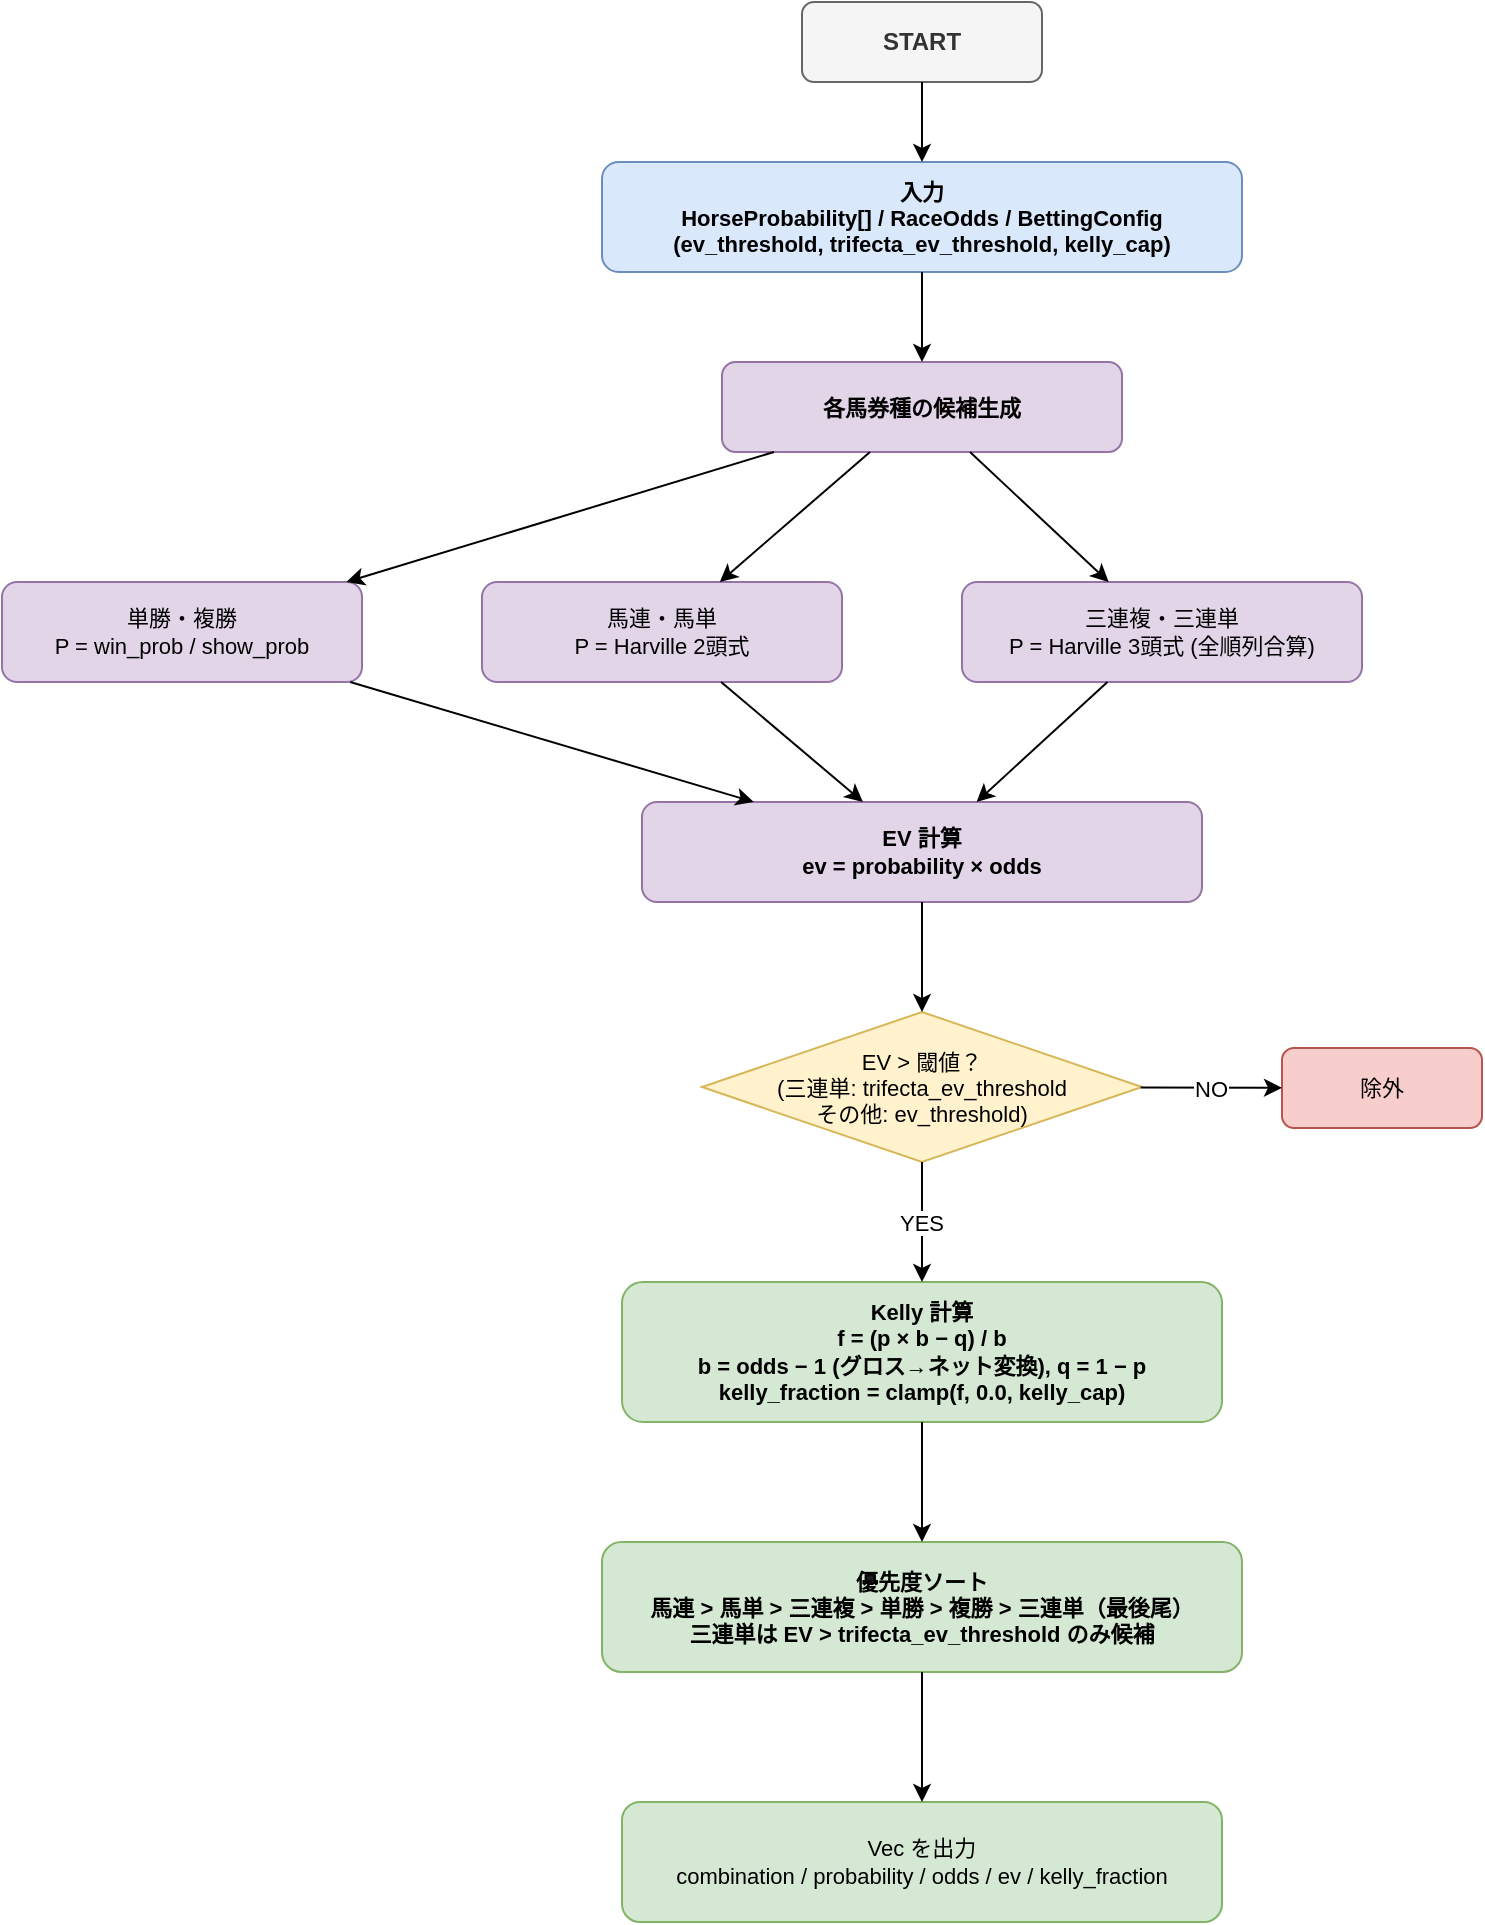
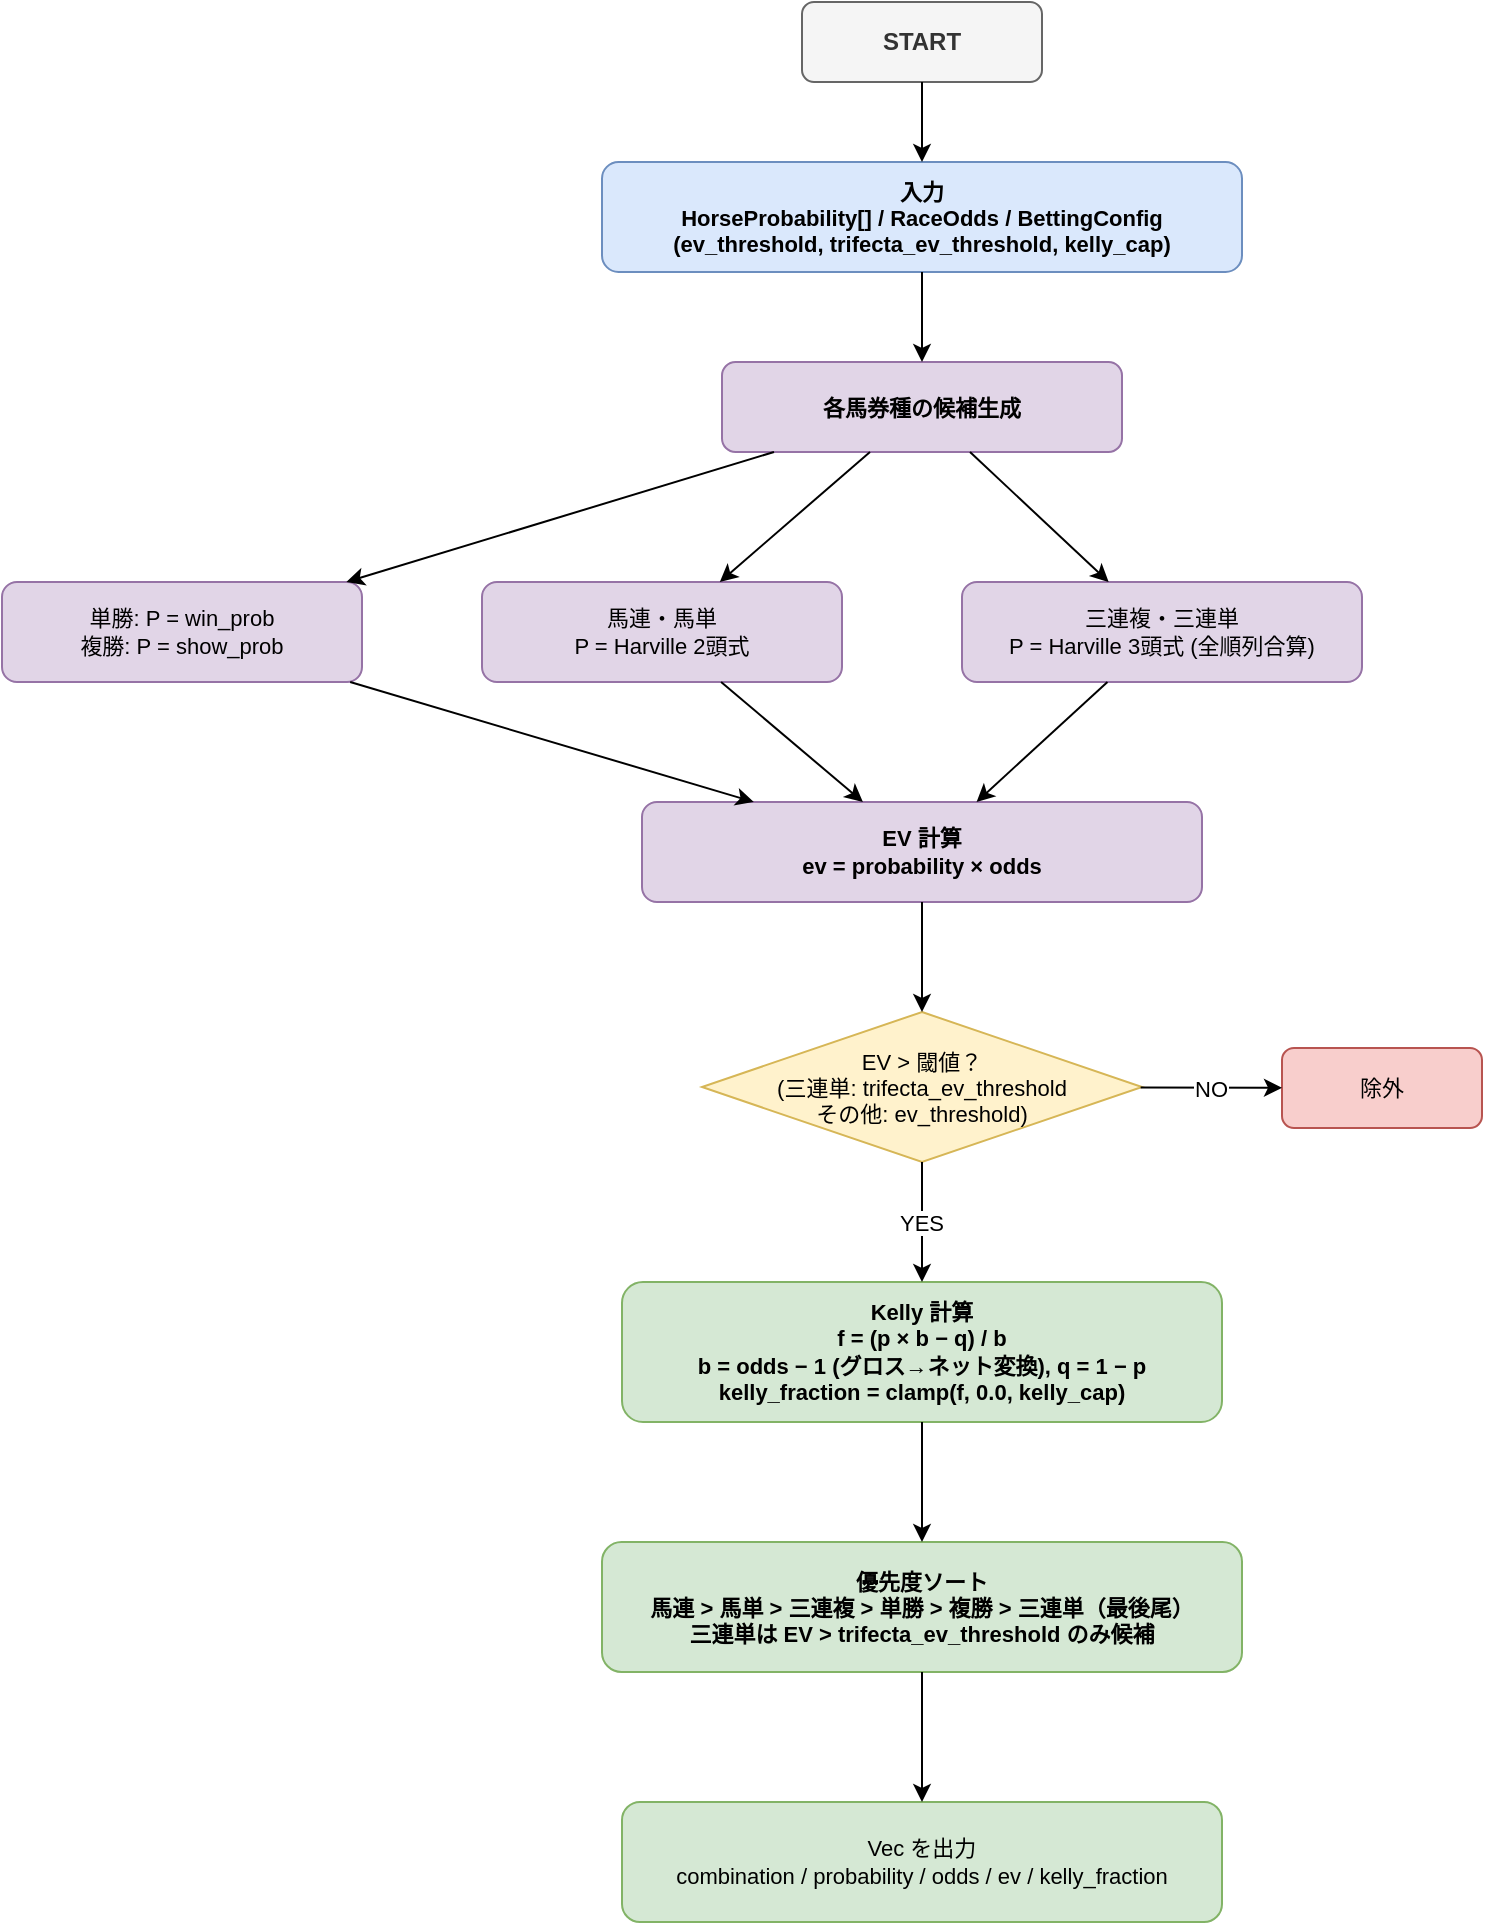
<mxfile host="app.diagrams.net" modified="2026-06-04T00:00:00.000Z" agent="Claude" version="21.0.0">
  <diagram name="期待値・Kelly配分フロー" id="ev-kelly-flow">
    <mxGraphModel dx="1422" dy="762" grid="1" gridSize="10" guides="1" tooltips="1" connect="1" arrows="1" fold="1" page="1" pageScale="1" pageWidth="1169" pageHeight="1100" math="0" shadow="0">
      <root>
        <mxCell id="0" />
        <mxCell id="1" parent="0" />

        <!-- START -->
        <mxCell id="2" value="START" style="rounded=1;whiteSpace=wrap;html=1;fillColor=#f5f5f5;strokeColor=#666666;fontColor=#333333;fontStyle=1;fontSize=12;" vertex="1" parent="1">
          <mxGeometry x="500" y="30" width="120" height="40" as="geometry" />
        </mxCell>

        <!-- 入力 -->
        <mxCell id="3" value="入力&#xa;HorseProbability[] / RaceOdds / BettingConfig&#xa;(ev_threshold, trifecta_ev_threshold, kelly_cap)" style="rounded=1;whiteSpace=wrap;html=1;fillColor=#dae8fc;strokeColor=#6c8ebf;fontStyle=1;fontSize=11;" vertex="1" parent="1">
          <mxGeometry x="400" y="110" width="320" height="55" as="geometry" />
        </mxCell>

        <!-- START → 入力 -->
        <mxCell id="4" edge="1" source="2" target="3" parent="1">
          <mxGeometry relative="1" as="geometry" />
        </mxCell>

        <!-- 各馬券種の候補生成 (並行) -->
        <mxCell id="5" value="各馬券種の候補生成" style="rounded=1;whiteSpace=wrap;html=1;fillColor=#e1d5e7;strokeColor=#9673a6;fontStyle=1;fontSize=11;" vertex="1" parent="1">
          <mxGeometry x="460" y="210" width="200" height="45" as="geometry" />
        </mxCell>

        <!-- 入力 → 候補生成 -->
        <mxCell id="6" edge="1" source="3" target="5" parent="1">
          <mxGeometry relative="1" as="geometry" />
        </mxCell>

        <!-- 単勝/複勝 -->
-         <mxCell id="7" value="単勝・複勝&#xa;P = win_prob / show_prob" style="rounded=1;whiteSpace=wrap;html=1;fillColor=#e1d5e7;strokeColor=#9673a6;fontSize=11;" vertex="1" parent="1">
+         <mxCell id="7" value="単勝: P = win_prob&#xa;複勝: P = show_prob" style="rounded=1;whiteSpace=wrap;html=1;fillColor=#e1d5e7;strokeColor=#9673a6;fontSize=11;" vertex="1" parent="1">
          <mxGeometry x="100" y="320" width="180" height="50" as="geometry" />
        </mxCell>

        <!-- 馬連・馬単 -->
        <mxCell id="8" value="馬連・馬単&#xa;P = Harville 2頭式" style="rounded=1;whiteSpace=wrap;html=1;fillColor=#e1d5e7;strokeColor=#9673a6;fontSize=11;" vertex="1" parent="1">
          <mxGeometry x="340" y="320" width="180" height="50" as="geometry" />
        </mxCell>

        <!-- 三連複・三連単 -->
        <mxCell id="9" value="三連複・三連単&#xa;P = Harville 3頭式 (全順列合算)" style="rounded=1;whiteSpace=wrap;html=1;fillColor=#e1d5e7;strokeColor=#9673a6;fontSize=11;" vertex="1" parent="1">
          <mxGeometry x="580" y="320" width="200" height="50" as="geometry" />
        </mxCell>

        <!-- 候補生成 → 各 -->
        <mxCell id="10" edge="1" source="5" target="7" parent="1">
          <mxGeometry relative="1" as="geometry" />
        </mxCell>
        <mxCell id="11" edge="1" source="5" target="8" parent="1">
          <mxGeometry relative="1" as="geometry" />
        </mxCell>
        <mxCell id="12" edge="1" source="5" target="9" parent="1">
          <mxGeometry relative="1" as="geometry" />
        </mxCell>

        <!-- EV計算 -->
        <mxCell id="13" value="EV 計算&#xa;ev = probability × odds" style="rounded=1;whiteSpace=wrap;html=1;fillColor=#e1d5e7;strokeColor=#9673a6;fontStyle=1;fontSize=11;" vertex="1" parent="1">
          <mxGeometry x="420" y="430" width="280" height="50" as="geometry" />
        </mxCell>

        <!-- 各 → EV計算 -->
        <mxCell id="14" edge="1" source="7" target="13" parent="1">
          <mxGeometry relative="1" as="geometry" />
        </mxCell>
        <mxCell id="15" edge="1" source="8" target="13" parent="1">
          <mxGeometry relative="1" as="geometry" />
        </mxCell>
        <mxCell id="16" edge="1" source="9" target="13" parent="1">
          <mxGeometry relative="1" as="geometry" />
        </mxCell>

        <!-- EV閾値判定 -->
        <mxCell id="17" value="EV &gt; 閾値？&#xa;(三連単: trifecta_ev_threshold&#xa; その他: ev_threshold)" style="rhombus;whiteSpace=wrap;html=1;fillColor=#fff2cc;strokeColor=#d6b656;fontSize=11;" vertex="1" parent="1">
          <mxGeometry x="450" y="535" width="220" height="75" as="geometry" />
        </mxCell>

        <!-- EV計算 → 判定 -->
        <mxCell id="18" edge="1" source="13" target="17" parent="1">
          <mxGeometry relative="1" as="geometry" />
        </mxCell>

        <!-- NO → 除外 -->
        <mxCell id="19" value="除外" style="rounded=1;whiteSpace=wrap;html=1;fillColor=#f8cecc;strokeColor=#b85450;fontSize=11;" vertex="1" parent="1">
          <mxGeometry x="740" y="553" width="100" height="40" as="geometry" />
        </mxCell>

        <mxCell id="20" value="NO" edge="1" source="17" target="19" parent="1">
          <mxGeometry relative="1" as="geometry" />
        </mxCell>

        <!-- Kelly計算 -->
        <mxCell id="21" value="Kelly 計算&#xa;f = (p × b − q) / b&#xa;b = odds − 1 (グロス→ネット変換), q = 1 − p&#xa;kelly_fraction = clamp(f, 0.0, kelly_cap)" style="rounded=1;whiteSpace=wrap;html=1;fillColor=#d5e8d4;strokeColor=#82b366;fontStyle=1;fontSize=11;" vertex="1" parent="1">
          <mxGeometry x="410" y="670" width="300" height="70" as="geometry" />
        </mxCell>

        <mxCell id="22" value="YES" edge="1" source="17" target="21" parent="1">
          <mxGeometry relative="1" as="geometry" />
        </mxCell>

        <!-- 優先度ソート -->
        <mxCell id="23" value="優先度ソート&#xa;馬連 &gt; 馬単 &gt; 三連複 &gt; 単勝 &gt; 複勝 &gt; 三連単（最後尾）&#xa;三連単は EV &gt; trifecta_ev_threshold のみ候補" style="rounded=1;whiteSpace=wrap;html=1;fillColor=#d5e8d4;strokeColor=#82b366;fontStyle=1;fontSize=11;" vertex="1" parent="1">
          <mxGeometry x="400" y="800" width="320" height="65" as="geometry" />
        </mxCell>

        <!-- Kelly → ソート -->
        <mxCell id="24" edge="1" source="21" target="23" parent="1">
          <mxGeometry relative="1" as="geometry" />
        </mxCell>

        <!-- 出力 -->
        <mxCell id="25" value="Vec&lt;BettingRecommendation&gt; を出力&#xa;combination / probability / odds / ev / kelly_fraction" style="rounded=1;whiteSpace=wrap;html=1;fillColor=#d5e8d4;strokeColor=#82b366;fontSize=11;" vertex="1" parent="1">
          <mxGeometry x="410" y="930" width="300" height="60" as="geometry" />
        </mxCell>

        <!-- ソート → 出力 -->
        <mxCell id="26" edge="1" source="23" target="25" parent="1">
          <mxGeometry relative="1" as="geometry" />
        </mxCell>
      </root>
    </mxGraphModel>
  </diagram>
</mxfile>
